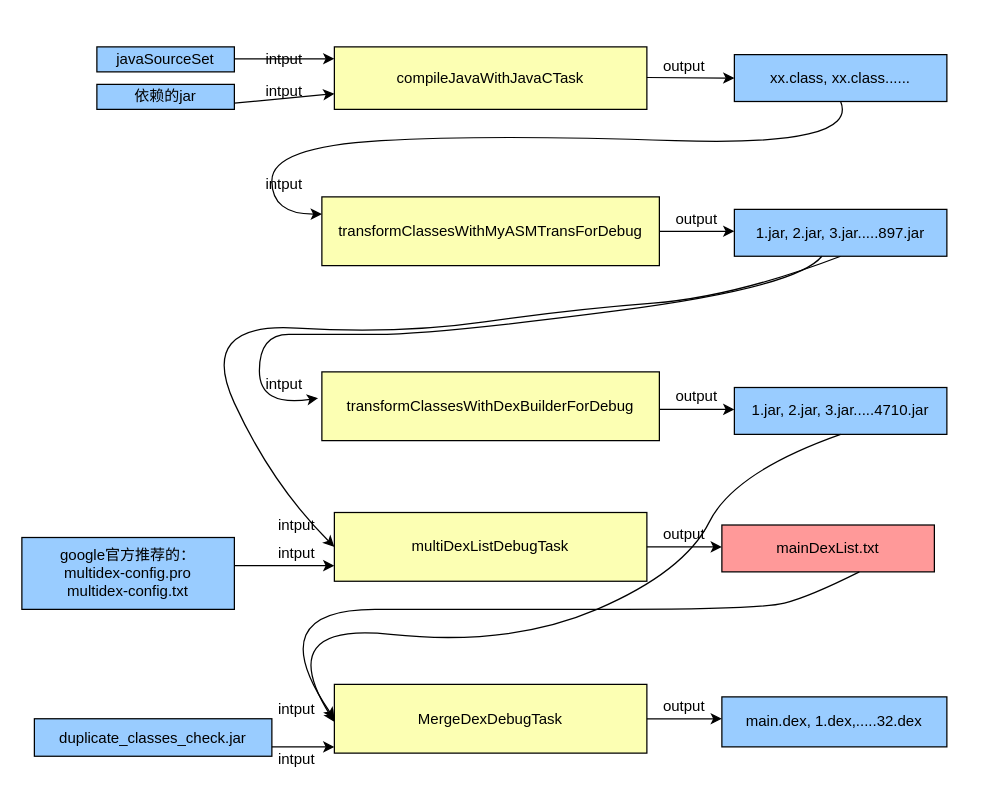
Above: page "Page-5" (5 of 22) of T9.drawio in shinecjj/UML (draw.io), before the change. Source tidied: cells renumbered, new cells numbered last; positions are measured from the earlier drawing's top-left corner, leaving out a move shared by most shapes. Both pictures are drawn from the tidied source at 125%, with x=0, y=0 at pixel (21, 46).
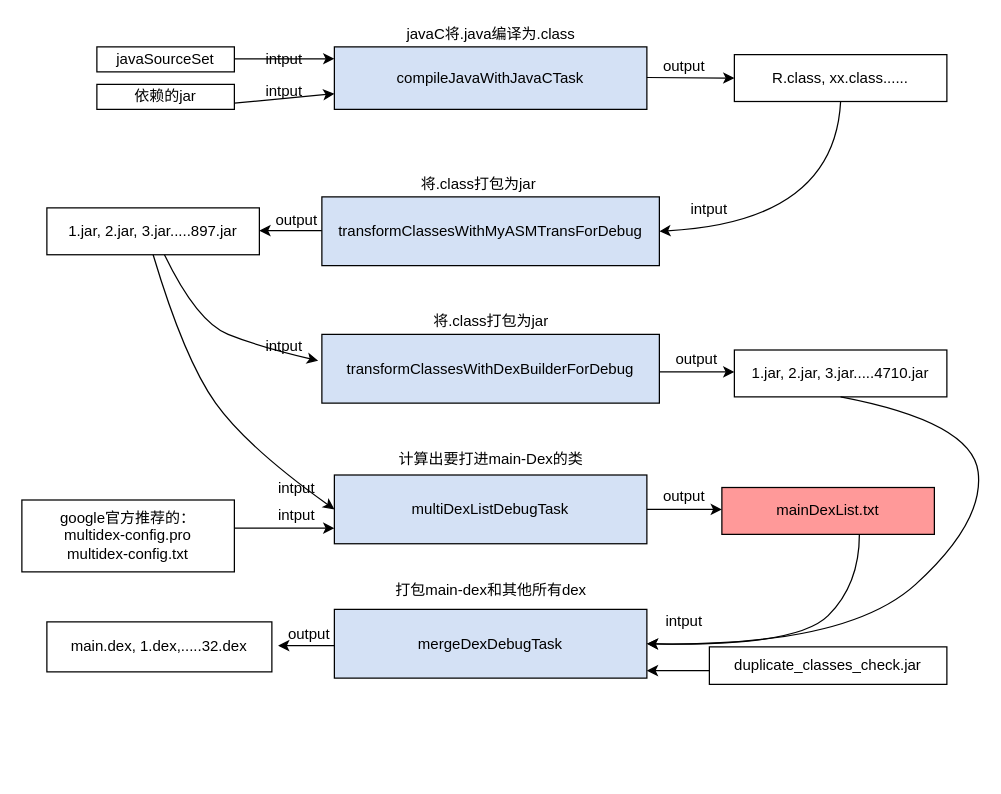
After the change.

The edit, as a diff of the source:
```diff
@@
-    <mxCell id="2" value="multiDexListDebugTask" style="rounded=0;whiteSpace=wrap;html=1;strokeColor=#000000;fillColor=#FCFFB3;" parent="1" vertex="1">
-      <mxGeometry x="250" y="372.5" width="250" height="55" as="geometry" />
+    <mxCell id="2" value="multiDexListDebugTask" style="rounded=0;whiteSpace=wrap;html=1;strokeColor=#000000;fillColor=#D4E1F5;" parent="1" vertex="1">
+      <mxGeometry x="250" y="342.5" width="250" height="55" as="geometry" />
     </mxCell>
-    <mxCell id="3" value="transformClassesWithDexBuilderForDebug" style="rounded=0;whiteSpace=wrap;html=1;strokeColor=#000000;fillColor=#FCFFB3;" parent="1" vertex="1">
-      <mxGeometry x="240" y="260" width="270" height="55" as="geometry" />
+    <mxCell id="3" value="transformClassesWithDexBuilderForDebug" style="rounded=0;whiteSpace=wrap;html=1;strokeColor=#000000;fillColor=#D4E1F5;" parent="1" vertex="1">
+      <mxGeometry x="240" y="230" width="270" height="55" as="geometry" />
     </mxCell>
-    <mxCell id="4" value="MergeDexDebugTask" style="rounded=0;whiteSpace=wrap;html=1;strokeColor=#000000;fillColor=#FCFFB3;" parent="1" vertex="1">
-      <mxGeometry x="250" y="510" width="250" height="55" as="geometry" />
+    <mxCell id="4" value="mergeDexDebugTask" style="rounded=0;whiteSpace=wrap;html=1;strokeColor=#000000;fillColor=#D4E1F5;" parent="1" vertex="1">
+      <mxGeometry x="250" y="450" width="250" height="55" as="geometry" />
     </mxCell>
     <mxCell id="5" style="endArrow=classic;html=1;strokeColor=#000000;fillColor=#FFFFFF;" parent="1" edge="1">
       <mxGeometry relative="1" as="geometry">
-        <mxPoint x="510" y="290" as="sourcePoint" />
-        <mxPoint x="570" y="290" as="targetPoint" />
+        <mxPoint x="510" y="260" as="sourcePoint" />
+        <mxPoint x="570" y="260" as="targetPoint" />
       </mxGeometry>
     </mxCell>
     <mxCell id="6" value="output" style="text;html=1;strokeColor=none;fillColor=none;align=center;verticalAlign=middle;whiteSpace=wrap;rounded=0;" parent="1" vertex="1">
-      <mxGeometry x="520" y="270" width="40" height="20" as="geometry" />
+      <mxGeometry x="520" y="240" width="40" height="20" as="geometry" />
     </mxCell>
-    <mxCell id="7" value="1.jar, 2.jar, 3.jar.....4710.jar" style="rounded=0;whiteSpace=wrap;html=1;strokeColor=#000000;fillColor=#99CCFF;" parent="1" vertex="1">
-      <mxGeometry x="570" y="272.5" width="170" height="37.5" as="geometry" />
+    <mxCell id="7" value="1.jar, 2.jar, 3.jar.....4710.jar" style="rounded=0;whiteSpace=wrap;html=1;strokeColor=#000000;fillColor=none;" parent="1" vertex="1">
+      <mxGeometry x="570" y="242.5" width="170" height="37.5" as="geometry" />
     </mxCell>
     <mxCell id="8" style="curved=1;endArrow=classic;html=1;entryX=0;entryY=0.5;entryDx=0;entryDy=0;exitX=0.5;exitY=1;exitDx=0;exitDy=0;" parent="1" edge="1" source="25" target="2">
       <mxGeometry relative="1" as="geometry">
         <Array as="points">
-          <mxPoint x="570" y="200" />
-          <mxPoint x="440" y="210" />
-          <mxPoint x="300" y="230" />
-          <mxPoint x="140" y="220" />
-          <mxPoint x="200" y="350" />
+          <mxPoint x="130" y="250" />
+          <mxPoint x="180" y="320" />
         </Array>
       </mxGeometry>
     </mxCell>
     <mxCell id="9" value="intput" style="text;html=1;strokeColor=none;fillColor=none;align=center;verticalAlign=middle;whiteSpace=wrap;rounded=0;" parent="1" vertex="1">
-      <mxGeometry x="200" y="372.5" width="40" height="20" as="geometry" />
+      <mxGeometry x="200" y="342.5" width="40" height="20" as="geometry" />
     </mxCell>
     <mxCell id="10" style="endArrow=classic;html=1;strokeColor=#000000;fillColor=#FFFFFF;" parent="1" edge="1">
       <mxGeometry relative="1" as="geometry">
-        <mxPoint x="500" y="400" as="sourcePoint" />
-        <mxPoint x="560" y="400" as="targetPoint" />
+        <mxPoint x="500" y="370" as="sourcePoint" />
+        <mxPoint x="560" y="370" as="targetPoint" />
       </mxGeometry>
     </mxCell>
     <mxCell id="11" value="output" style="text;html=1;strokeColor=none;fillColor=none;align=center;verticalAlign=middle;whiteSpace=wrap;rounded=0;" parent="1" vertex="1">
-      <mxGeometry x="510" y="380" width="40" height="20" as="geometry" />
+      <mxGeometry x="510" y="350" width="40" height="20" as="geometry" />
     </mxCell>
     <mxCell id="12" value="mainDexList.txt" style="rounded=0;whiteSpace=wrap;html=1;strokeColor=#000000;fillColor=#FF9999;" parent="1" vertex="1">
-      <mxGeometry x="560" y="382.5" width="170" height="37.5" as="geometry" />
+      <mxGeometry x="560" y="352.5" width="170" height="37.5" as="geometry" />
     </mxCell>
-    <mxCell id="13" style="curved=1;endArrow=classic;html=1;entryX=0;entryY=0.5;entryDx=0;entryDy=0;" parent="1" edge="1" target="4">
+    <mxCell id="13" style="curved=1;endArrow=classic;html=1;entryX=1;entryY=0.5;entryDx=0;entryDy=0;" parent="1" edge="1" target="4">
       <mxGeometry relative="1" as="geometry">
-        <mxPoint x="670" y="420" as="sourcePoint" />
+        <mxPoint x="670" y="390" as="sourcePoint" />
         <Array as="points">
-          <mxPoint x="630" y="440" />
-          <mxPoint x="590" y="450" />
-          <mxPoint x="375" y="450" />
-          <mxPoint x="190" y="450" />
+          <mxPoint x="670" y="430" />
+          <mxPoint x="620" y="480" />
         </Array>
       </mxGeometry>
     </mxCell>
     <mxCell id="14" value="intput" style="text;html=1;strokeColor=none;fillColor=none;align=center;verticalAlign=middle;whiteSpace=wrap;rounded=0;" parent="1" vertex="1">
-      <mxGeometry x="200" y="520" width="40" height="20" as="geometry" />
+      <mxGeometry x="510" y="450" width="40" height="20" as="geometry" />
     </mxCell>
     <mxCell id="15" style="endArrow=classic;html=1;strokeColor=#000000;fillColor=#FFFFFF;" parent="1" edge="1">
       <mxGeometry relative="1" as="geometry">
-        <mxPoint x="500" y="537.5" as="sourcePoint" />
-        <mxPoint x="560" y="537.5" as="targetPoint" />
+        <mxPoint x="250" y="479" as="sourcePoint" />
+        <mxPoint x="205" y="479" as="targetPoint" />
       </mxGeometry>
     </mxCell>
     <mxCell id="16" value="output" style="text;html=1;strokeColor=none;fillColor=none;align=center;verticalAlign=middle;whiteSpace=wrap;rounded=0;" parent="1" vertex="1">
-      <mxGeometry x="510" y="517.5" width="40" height="20" as="geometry" />
+      <mxGeometry x="210" y="460" width="40" height="20" as="geometry" />
     </mxCell>
-    <mxCell id="17" value="main.dex, 1.dex,.....32.dex" style="rounded=0;whiteSpace=wrap;html=1;strokeColor=#000000;fillColor=#99CCFF;" parent="1" vertex="1">
-      <mxGeometry x="560" y="520" width="180" height="40" as="geometry" />
+    <mxCell id="17" value="main.dex, 1.dex,.....32.dex" style="rounded=0;whiteSpace=wrap;html=1;strokeColor=#000000;fillColor=none;" parent="1" vertex="1">
+      <mxGeometry x="20" y="460" width="180" height="40" as="geometry" />
     </mxCell>
     <mxCell id="18" value="&lt;pre class=&quot;lang-groovy&quot; translate=&quot;no&quot; dir=&quot;ltr&quot; style=&quot;box-sizing: inherit ; font-style: normal ; font-weight: 400 ; font-size: 14px ; padding-left: 23px ; direction: ltr ; text-align: left ; margin: 0px ; overflow-x: auto ; position: relative ; letter-spacing: normal ; text-indent: 0px ; text-transform: none ; word-spacing: 0px&quot;&gt;&lt;br&gt;&lt;/pre&gt;" style="text;whiteSpace=wrap;html=1;" parent="1" vertex="1">
-      <mxGeometry x="180" y="480" width="220" height="30" as="geometry" />
+      <mxGeometry x="180" y="420" width="220" height="30" as="geometry" />
     </mxCell>
     <mxCell id="19" style="endArrow=classic;html=1;strokeColor=#000000;fillColor=#FFFFFF;exitX=1;exitY=0.391;exitDx=0;exitDy=0;exitPerimeter=0;" parent="1" edge="1" source="21">
       <mxGeometry relative="1" as="geometry">
-        <mxPoint x="250" y="415" as="targetPoint" />
+        <mxPoint x="250" y="385" as="targetPoint" />
       </mxGeometry>
     </mxCell>
     <mxCell id="20" value="intput" style="text;html=1;strokeColor=none;fillColor=none;align=center;verticalAlign=middle;whiteSpace=wrap;rounded=0;" parent="1" vertex="1">
-      <mxGeometry x="200" y="395" width="40" height="20" as="geometry" />
+      <mxGeometry x="200" y="365" width="40" height="20" as="geometry" />
     </mxCell>
-    <mxCell id="21" value="&lt;div&gt;google官方推荐的：&lt;/div&gt;&lt;div&gt;multidex-config.pro&lt;/div&gt;&lt;div&gt;multidex-config.txt&lt;/div&gt;" style="rounded=0;whiteSpace=wrap;html=1;strokeColor=#000000;fillColor=#99CCFF;" parent="1" vertex="1">
-      <mxGeometry y="392.5" width="170" height="57.5" as="geometry" />
+    <mxCell id="21" value="&lt;div&gt;google官方推荐的：&lt;/div&gt;&lt;div&gt;multidex-config.pro&lt;/div&gt;&lt;div&gt;multidex-config.txt&lt;/div&gt;" style="rounded=0;whiteSpace=wrap;html=1;strokeColor=#000000;fillColor=none;" parent="1" vertex="1">
+      <mxGeometry y="362.5" width="170" height="57.5" as="geometry" />
     </mxCell>
-    <mxCell id="22" value="transformClassesWithMyASMTransForDebug" style="rounded=0;whiteSpace=wrap;html=1;strokeColor=#000000;fillColor=#FCFFB3;" parent="1" vertex="1">
+    <mxCell id="22" value="transformClassesWithMyASMTransForDebug" style="rounded=0;whiteSpace=wrap;html=1;strokeColor=#000000;fillColor=#D4E1F5;" parent="1" vertex="1">
       <mxGeometry x="240" y="120" width="270" height="55" as="geometry" />
     </mxCell>
-    <mxCell id="23" style="endArrow=classic;html=1;strokeColor=#000000;fillColor=#FFFFFF;" parent="1" edge="1">
-      <mxGeometry relative="1" as="geometry">
-        <mxPoint x="510" y="147.5" as="sourcePoint" />
-        <mxPoint x="570" y="147.5" as="targetPoint" />
-      </mxGeometry>
-    </mxCell>
     <mxCell id="24" value="output" style="text;html=1;strokeColor=none;fillColor=none;align=center;verticalAlign=middle;whiteSpace=wrap;rounded=0;" parent="1" vertex="1">
-      <mxGeometry x="520" y="127.5" width="40" height="20" as="geometry" />
+      <mxGeometry x="200" y="128.8" width="40" height="20" as="geometry" />
     </mxCell>
-    <mxCell id="25" value="1.jar, 2.jar, 3.jar.....897.jar" style="rounded=0;whiteSpace=wrap;html=1;strokeColor=#000000;fillColor=#99CCFF;" parent="1" vertex="1">
-      <mxGeometry x="570" y="130" width="170" height="37.5" as="geometry" />
+    <mxCell id="25" value="1.jar, 2.jar, 3.jar.....897.jar" style="rounded=0;whiteSpace=wrap;html=1;strokeColor=#000000;fillColor=none;" parent="1" vertex="1">
+      <mxGeometry x="20" y="128.8" width="170" height="37.5" as="geometry" />
     </mxCell>
-    <mxCell id="26" value="&lt;span&gt;duplicate_classes_check.jar&lt;/span&gt;" style="rounded=0;whiteSpace=wrap;html=1;strokeColor=#000000;fillColor=#99CCFF;" parent="1" vertex="1">
-      <mxGeometry x="10" y="537.5" width="190" height="30" as="geometry" />
+    <mxCell id="26" value="&lt;span&gt;duplicate_classes_check.jar&lt;/span&gt;" style="rounded=0;whiteSpace=wrap;html=1;strokeColor=#000000;fillColor=none;" parent="1" vertex="1">
+      <mxGeometry x="550" y="480" width="190" height="30" as="geometry" />
     </mxCell>
-    <mxCell id="27" value="intput" style="text;html=1;strokeColor=none;fillColor=none;align=center;verticalAlign=middle;whiteSpace=wrap;rounded=0;" parent="1" vertex="1">
-      <mxGeometry x="200" y="560" width="40" height="20" as="geometry" />
-    </mxCell>
     <mxCell id="28" style="endArrow=classic;html=1;" parent="1" edge="1">
       <mxGeometry relative="1" as="geometry">
-        <mxPoint x="200" y="560" as="sourcePoint" />
-        <mxPoint x="250" y="560" as="targetPoint" />
+        <mxPoint x="550" y="499" as="sourcePoint" />
+        <mxPoint x="500" y="499" as="targetPoint" />
       </mxGeometry>
     </mxCell>
     <mxCell id="29" style="curved=1;endArrow=classic;html=1;entryX=-0.011;entryY=0.382;entryDx=0;entryDy=0;entryPerimeter=0;" parent="1" edge="1" source="25" target="3">
       <mxGeometry relative="1" as="geometry">
         <Array as="points">
-          <mxPoint x="620" y="192.5" />
-          <mxPoint x="330" y="230" />
-          <mxPoint x="237" y="230" />
-          <mxPoint x="190" y="230" />
-          <mxPoint x="190" y="288" />
+          <mxPoint x="140" y="220" />
+          <mxPoint x="190" y="240" />
         </Array>
       </mxGeometry>
     </mxCell>
-    <mxCell id="30" value="compileJavaWithJavaCTask" style="rounded=0;whiteSpace=wrap;html=1;strokeColor=#000000;fillColor=#FCFFB3;" parent="1" vertex="1">
+    <mxCell id="30" value="compileJavaWithJavaCTask" style="rounded=0;whiteSpace=wrap;html=1;strokeColor=#000000;fillColor=#D4E1F5;" parent="1" vertex="1">
       <mxGeometry x="250" width="250" height="50" as="geometry" />
     </mxCell>
-    <mxCell id="31" value="&lt;div&gt;javaSourceSet&lt;/div&gt;" style="rounded=0;whiteSpace=wrap;html=1;strokeColor=#000000;fillColor=#99CCFF;" parent="1" vertex="1">
+    <mxCell id="31" value="&lt;div&gt;javaSourceSet&lt;/div&gt;" style="rounded=0;whiteSpace=wrap;html=1;strokeColor=#000000;fillColor=none;" parent="1" vertex="1">
       <mxGeometry x="60" width="110" height="20" as="geometry" />
     </mxCell>
@@
-    <mxCell id="34" value="xx.class, xx.class......" style="rounded=0;whiteSpace=wrap;html=1;strokeColor=#000000;fillColor=#99CCFF;" parent="1" vertex="1">
+    <mxCell id="34" value="R.class, xx.class......" style="rounded=0;whiteSpace=wrap;html=1;strokeColor=#000000;fillColor=none;" parent="1" vertex="1">
       <mxGeometry x="570" y="6.2" width="170" height="37.5" as="geometry" />
     </mxCell>
-    <mxCell id="35" style="curved=1;endArrow=classic;html=1;entryX=0;entryY=0.25;entryDx=0;entryDy=0;exitX=0.5;exitY=1;exitDx=0;exitDy=0;" parent="1" edge="1" source="34" target="22">
+    <mxCell id="35" style="curved=1;endArrow=classic;html=1;exitX=0.5;exitY=1;exitDx=0;exitDy=0;entryX=1;entryY=0.5;entryDx=0;entryDy=0;" parent="1" edge="1" source="34" target="22">
       <mxGeometry relative="1" as="geometry">
         <Array as="points">
-          <mxPoint x="670" y="80" />
-          <mxPoint x="375" y="70" />
-          <mxPoint x="200" y="80" />
-          <mxPoint x="200" y="134" />
+          <mxPoint x="650" y="140" />
         </Array>
       </mxGeometry>
     </mxCell>
     <mxCell id="36" value="intput" style="text;html=1;strokeColor=none;fillColor=none;align=center;verticalAlign=middle;whiteSpace=wrap;rounded=0;" parent="1" vertex="1">
-      <mxGeometry x="190" y="100" width="40" height="20" as="geometry" />
+      <mxGeometry x="530" y="120" width="40" height="20" as="geometry" />
     </mxCell>
     <mxCell id="37" value="intput" style="text;html=1;strokeColor=none;fillColor=none;align=center;verticalAlign=middle;whiteSpace=wrap;rounded=0;" parent="1" vertex="1">
-      <mxGeometry x="190" y="260" width="40" height="20" as="geometry" />
+      <mxGeometry x="190" y="230" width="40" height="20" as="geometry" />
     </mxCell>
@@
-    <mxCell id="40" value="依赖的jar" style="rounded=0;whiteSpace=wrap;html=1;strokeColor=#000000;fillColor=#99CCFF;" parent="1" vertex="1">
+    <mxCell id="40" value="依赖的jar" style="rounded=0;whiteSpace=wrap;html=1;strokeColor=#000000;fillColor=none;" parent="1" vertex="1">
       <mxGeometry x="60" y="30" width="110" height="20" as="geometry" />
     </mxCell>
@@
-    <mxCell id="43" style="curved=1;endArrow=classic;html=1;exitX=0.5;exitY=1;exitDx=0;exitDy=0;" parent="1" edge="1" source="7">
+    <mxCell id="43" style="curved=1;endArrow=classic;html=1;exitX=0.5;exitY=1;exitDx=0;exitDy=0;entryX=1;entryY=0.5;entryDx=0;entryDy=0;" parent="1" edge="1" source="7" target="4">
       <mxGeometry relative="1" as="geometry">
-        <mxPoint x="250" y="540" as="targetPoint" />
         <Array as="points">
-          <mxPoint x="570" y="340" />
-          <mxPoint x="530" y="420" />
-          <mxPoint x="390" y="480" />
-          <mxPoint x="200" y="460" />
+          <mxPoint x="760" y="300" />
+          <mxPoint x="770" y="380" />
+          <mxPoint x="660" y="480" />
         </Array>
       </mxGeometry>
     </mxCell>
+    <mxCell id="44" style="endArrow=classic;html=1;strokeColor=#000000;fillColor=#FFFFFF;" parent="1" edge="1">
+      <mxGeometry relative="1" as="geometry">
+        <mxPoint x="240" y="147" as="sourcePoint" />
+        <mxPoint x="190" y="147" as="targetPoint" />
+      </mxGeometry>
+    </mxCell>
+    <mxCell id="45" value="javaC将.java编译为.class" style="text;html=1;align=center;verticalAlign=middle;strokeColor=none;" parent="1" vertex="1">
+      <mxGeometry x="300" y="-20" width="150" height="20" as="geometry" />
+    </mxCell>
+    <mxCell id="46" value="将.class打包为jar" style="text;html=1;align=center;verticalAlign=middle;strokeColor=none;" parent="1" vertex="1">
+      <mxGeometry x="310" y="100" width="110" height="20" as="geometry" />
+    </mxCell>
+    <mxCell id="47" value="将.class打包为jar" style="text;html=1;align=center;verticalAlign=middle;strokeColor=none;" parent="1" vertex="1">
+      <mxGeometry x="320" y="210" width="110" height="20" as="geometry" />
+    </mxCell>
+    <mxCell id="48" value="计算出要打进main-Dex的类" style="text;html=1;align=center;verticalAlign=middle;strokeColor=none;" parent="1" vertex="1">
+      <mxGeometry x="295" y="320" width="160" height="20" as="geometry" />
+    </mxCell>
+    <mxCell id="49" value="打包main-dex和其他所有dex" style="text;html=1;align=center;verticalAlign=middle;strokeColor=none;" parent="1" vertex="1">
+      <mxGeometry x="290" y="425" width="170" height="20" as="geometry" />
+    </mxCell>
```
